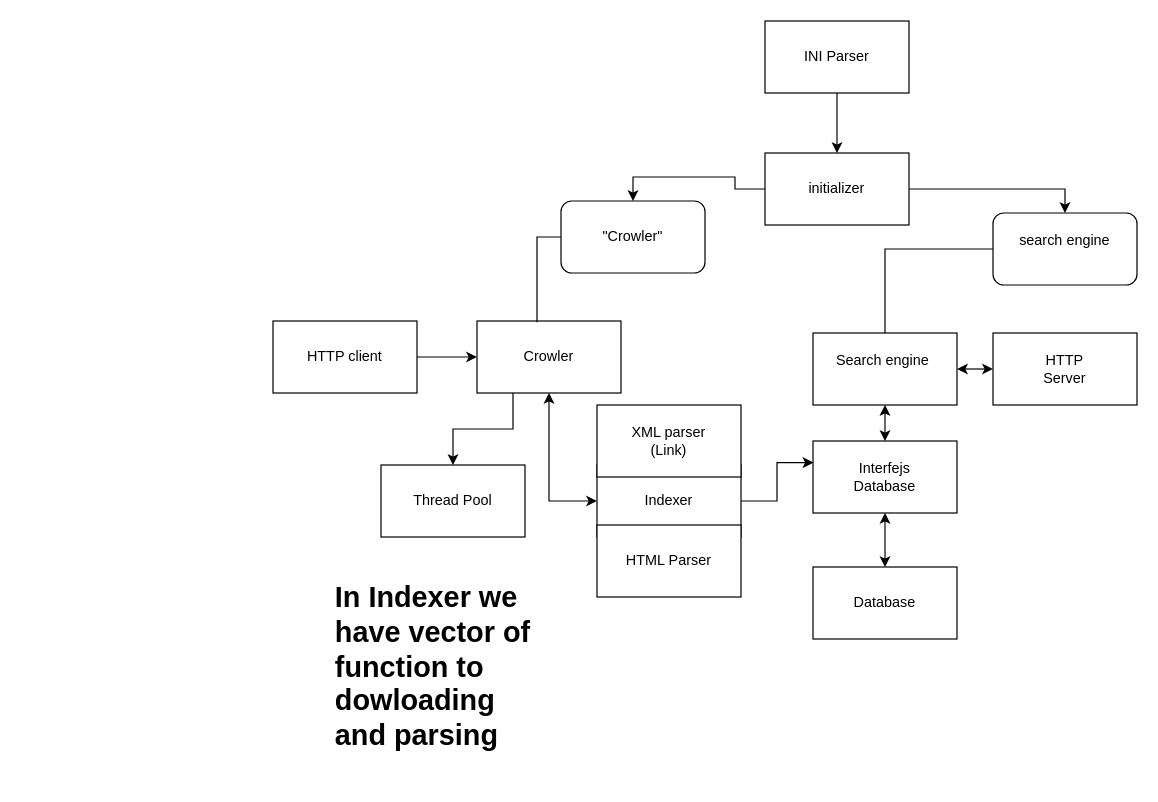
Stalhir/Search-Engine keeps this draw.io diagram as Search engine plan.drawio. Above is the earlier version. Source tidied: cells renumbered, new cells numbered last; positions are measured from the earlier drawing's top-left corner, leaving out a move shared by most shapes. Both pictures are drawn from the tidied source at 120%, with x=0, y=0 at pixel (272, 20).
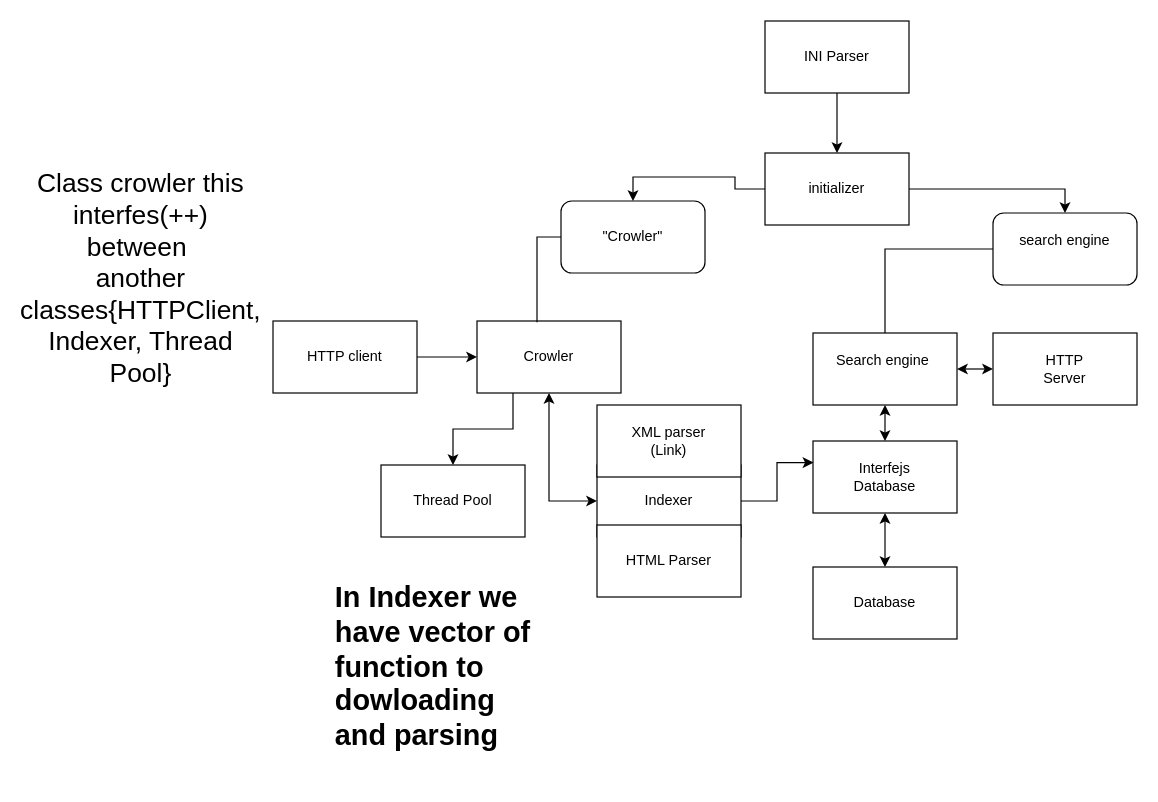
Above is the later version.

Change to the diagram source:
```diff
@@
+    <mxCell id="30" value="&lt;font style=&quot;font-size: 22px;&quot;&gt;Class crowler this interfes(++)&lt;/font&gt;&lt;div&gt;&lt;font style=&quot;font-size: 22px;&quot;&gt;between&amp;nbsp;&lt;/font&gt;&lt;/div&gt;&lt;div&gt;&lt;font style=&quot;font-size: 22px;&quot;&gt;another classes{HTTPClient, Indexer, Thread Pool}&lt;/font&gt;&lt;/div&gt;" style="text;html=1;whiteSpace=wrap;strokeColor=none;fillColor=none;align=center;verticalAlign=middle;rounded=0;" parent="1" vertex="1">
+      <mxGeometry x="-190" y="170" width="160" height="90" as="geometry" />
+    </mxCell>
```
